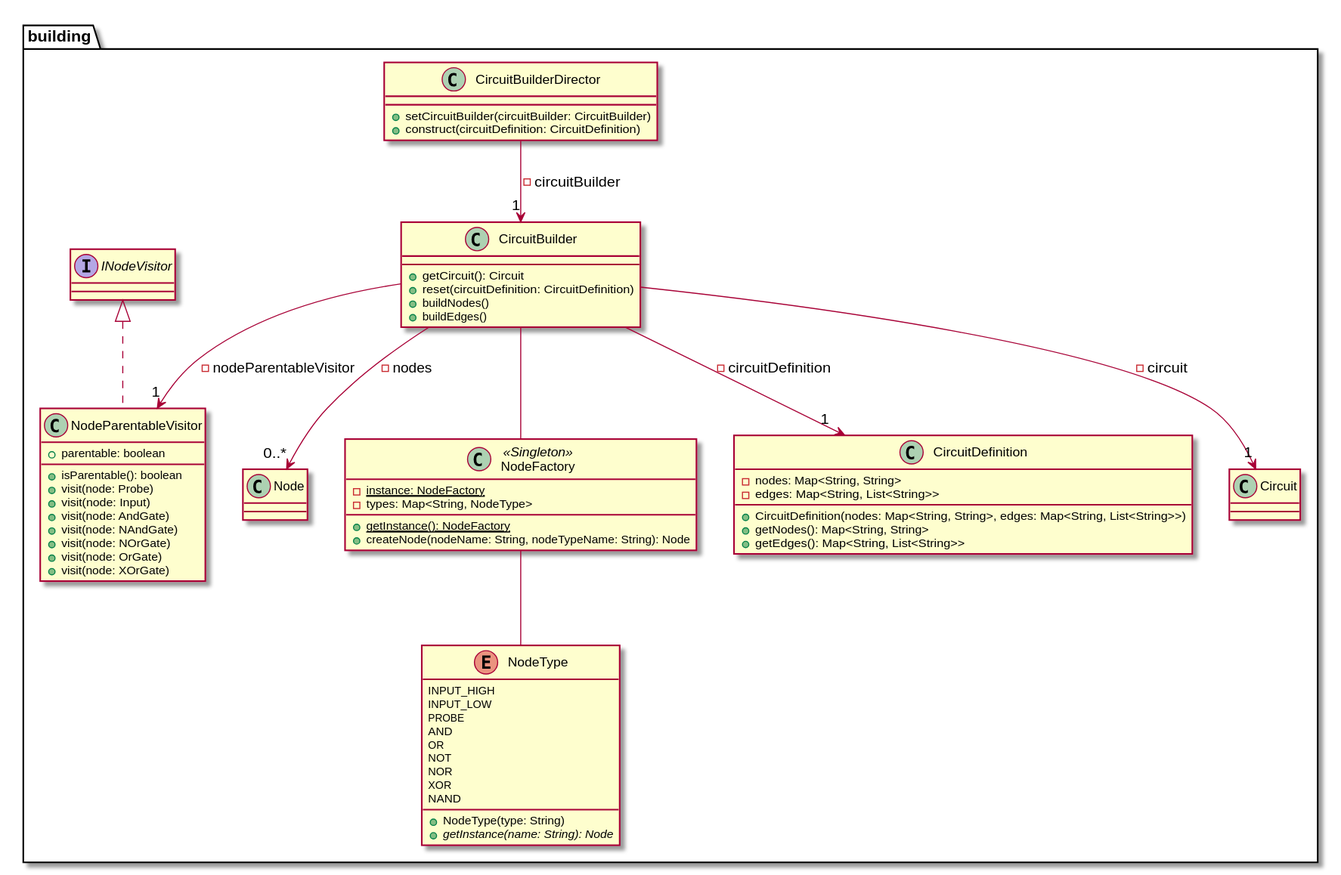
Earlier version of the PlantUML export docs/diagrams/build/dkdCoreBuilding.svg (stevenliebregt/avans-dp1-sirkwie). Its diagram source:
```plantuml
@startuml

package building {
    class CircuitBuilder {
        +getCircuit(): Circuit
        +reset(circuitDefinition: CircuitDefinition)
        +buildNodes()
        +buildEdges()
    }
    CircuitBuilder --> "1" CircuitDefinition : -circuitDefinition
    CircuitBuilder --> "1" Circuit : -circuit
    CircuitBuilder --> "0..*" Node : -nodes
    CircuitBuilder --> "1" NodeParentableVisitor : -nodeParentableVisitor
    CircuitBuilder -- NodeFactory

    class CircuitBuilderDirector {
       +setCircuitBuilder(circuitBuilder: CircuitBuilder)
       +construct(circuitDefinition: CircuitDefinition)
    }
    CircuitBuilderDirector --> "1" CircuitBuilder : -circuitBuilder

    class CircuitDefinition {
        -nodes: Map<String, String>
        -edges: Map<String, List<String>>

        +CircuitDefinition(nodes: Map<String, String>, edges: Map<String, List<String>>)
        +getNodes(): Map<String, String>
        +getEdges(): Map<String, List<String>>
    }

    class NodeFactory <<Singleton>> {
        -{static}instance: NodeFactory
        -types: Map<String, NodeType>

        +{static}getInstance(): NodeFactory
        +createNode(nodeName: String, nodeTypeName: String): Node
    }
    NodeFactory -- NodeType

    class NodeParentableVisitor implements INodeVisitor {
        +parentable: boolean

        +isParentable(): boolean
        +visit(node: Probe)
        +visit(node: Input)
        +visit(node: AndGate)
        +visit(node: NAndGate)
        +visit(node: NOrGate)
        +visit(node: OrGate)
        +visit(node: XOrGate)
    }

    enum NodeType {
        INPUT_HIGH
        INPUT_LOW
        PROBE
        AND
        OR
        NOT
        NOR
        XOR
        NAND

        +NodeType(type: String)
        +{abstract}getInstance(name: String): Node
    }
}

@enduml
```
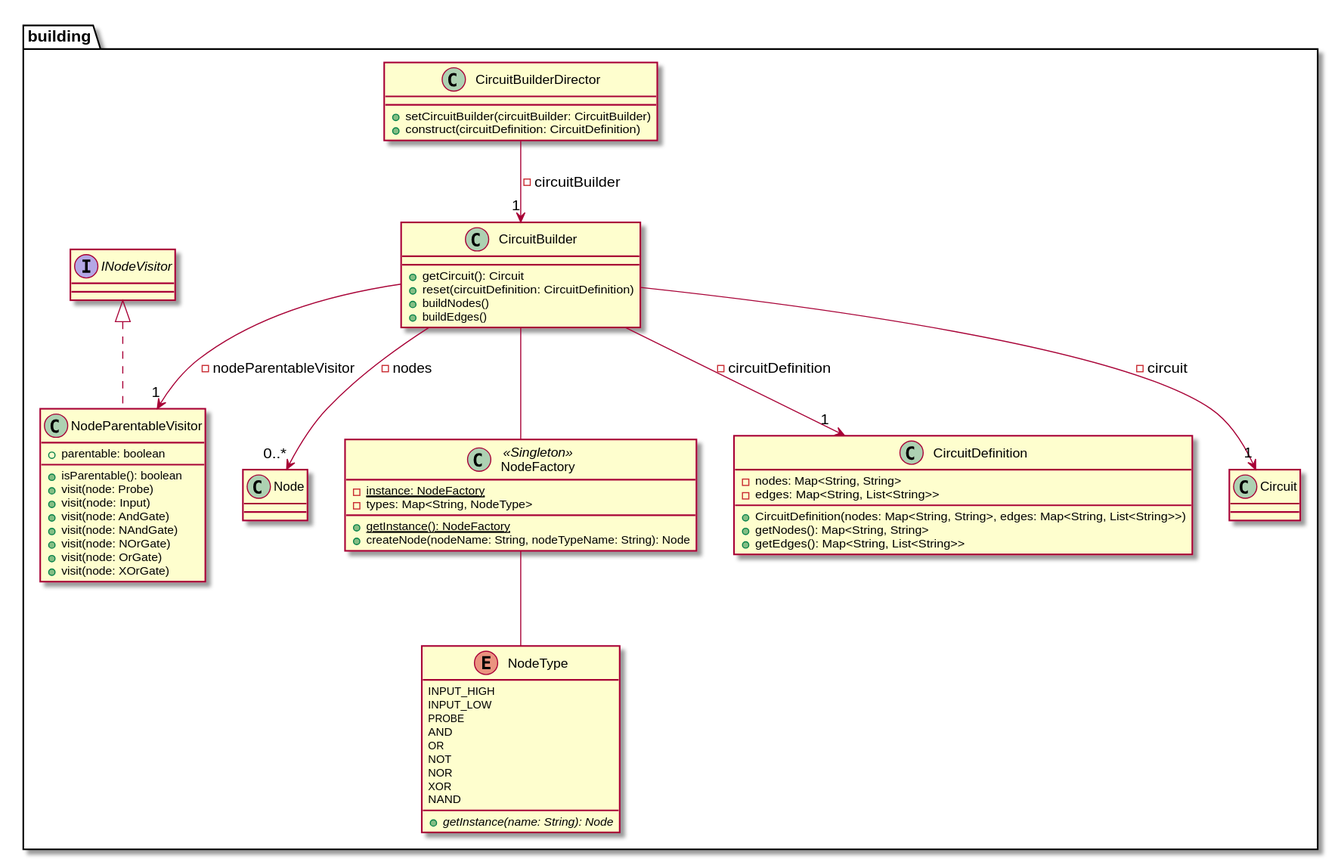
Above is the later version.

Diff of the diagram source:
```diff
@@ -61,7 +61,6 @@
         XOR
         NAND
 
-        +NodeType(type: String)
         +{abstract}getInstance(name: String): Node
     }
 }
```
